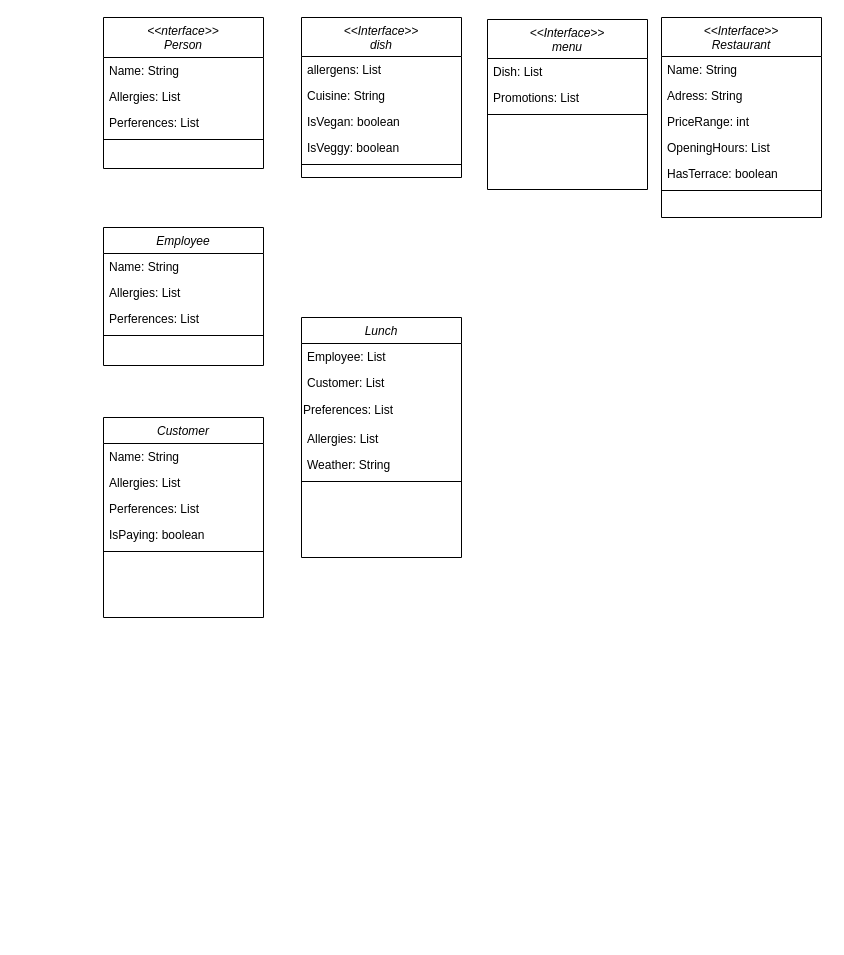
This is Diagrams/Untitled Diagram.drawio from p3rseph0ne/restaurant-guru, a draw.io file, before an edit. Source tidied: cells renumbered, new cells numbered last; positions are measured from the earlier drawing's top-left corner, leaving out a move shared by most shapes. Both pictures are drawn from the tidied source at 100%, with x=0, y=0 at pixel (103, 17).
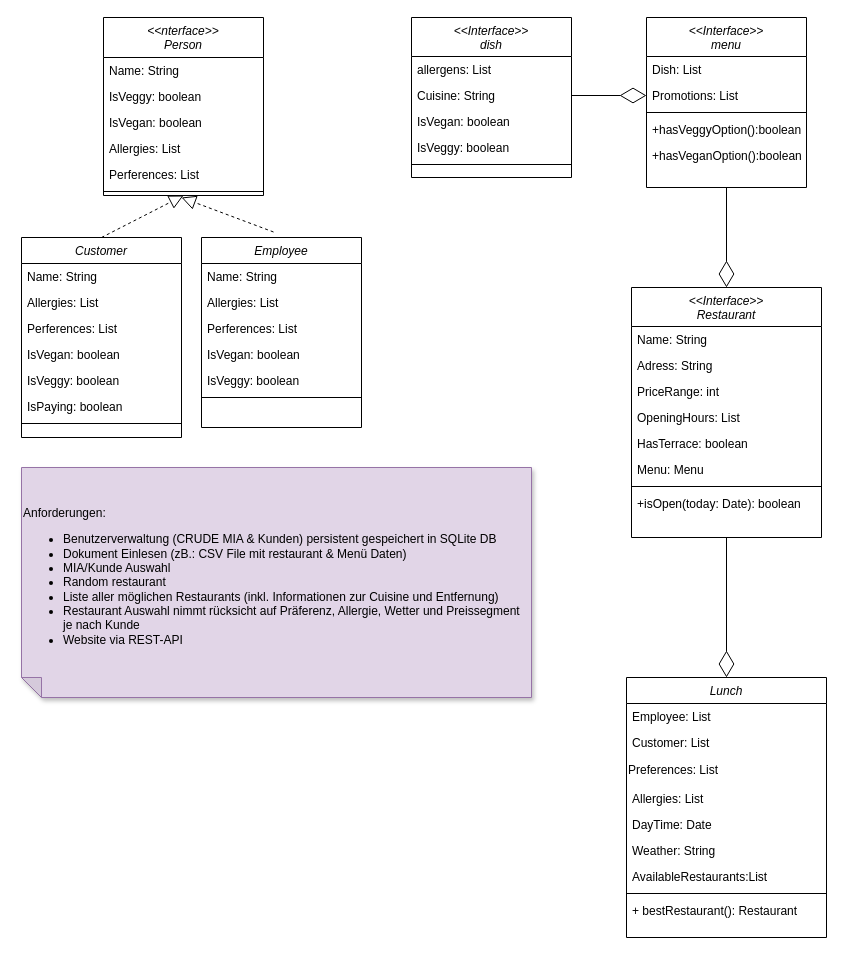
The same page after the edit.

The change refers to these unchanged cells:
```xml
<mxCell id="27" value="Promotions: List" style="text;align=left;verticalAlign=top;spacingLeft=4;spacingRight=4;overflow=hidden;points=[[0,0.5],[1,0.5]];portConstraint=eastwest;" parent="25" vertex="1">
  <mxGeometry y="65" width="160" height="26" as="geometry" />
</mxCell>
<mxCell id="31" value="Cuisine: String" style="text;align=left;verticalAlign=top;spacingLeft=4;spacingRight=4;overflow=hidden;points=[[0,0.5],[1,0.5]];portConstraint=eastwest;" parent="29" vertex="1">
  <mxGeometry y="65" width="160" height="26" as="geometry" />
</mxCell>
```

The edit, as a diff of the source:
```diff
@@
     <mxCell id="2" value="Employee" style="swimlane;fontStyle=2;align=center;verticalAlign=top;horizontal=1;startSize=26;rounded=0;shadow=0;strokeWidth=1;" parent="1" vertex="1">
-      <mxGeometry y="210" width="160" height="138" as="geometry" />
+      <mxGeometry x="98" y="220" width="160" height="190" as="geometry" />
     </mxCell>
@@
+    <mxCell id="42" value="IsVegan: boolean" style="text;align=left;verticalAlign=top;spacingLeft=4;spacingRight=4;overflow=hidden;" parent="2" vertex="1">
+      <mxGeometry y="104" width="160" height="26" as="geometry" />
+    </mxCell>
+    <mxCell id="43" value="IsVeggy: boolean" style="text;align=left;verticalAlign=top;spacingLeft=4;spacingRight=4;overflow=hidden;" parent="2" vertex="1">
+      <mxGeometry y="130" width="160" height="26" as="geometry" />
+    </mxCell>
     <mxCell id="6" style="line;html=1;strokeWidth=1;align=left;verticalAlign=middle;spacingTop=-1;spacingLeft=3;spacingRight=3;labelPosition=right;" parent="2" vertex="1">
-      <mxGeometry y="104" width="160" height="8" as="geometry" />
+      <mxGeometry y="156" width="160" height="8" as="geometry" />
     </mxCell>
     <mxCell id="7" value="Customer" style="swimlane;fontStyle=2;align=center;verticalAlign=top;horizontal=1;startSize=26;rounded=0;shadow=0;strokeWidth=1;" parent="1" vertex="1">
-      <mxGeometry y="400" width="160" height="200" as="geometry" />
+      <mxGeometry x="-82" y="220" width="160" height="200" as="geometry" />
     </mxCell>
@@
+    <mxCell id="44" value="IsVegan: boolean" style="text;align=left;verticalAlign=top;spacingLeft=4;spacingRight=4;overflow=hidden;" parent="7" vertex="1">
+      <mxGeometry y="104" width="160" height="26" as="geometry" />
+    </mxCell>
+    <mxCell id="45" value="IsVeggy: boolean" style="text;align=left;verticalAlign=top;spacingLeft=4;spacingRight=4;overflow=hidden;" parent="7" vertex="1">
+      <mxGeometry y="130" width="160" height="26" as="geometry" />
+    </mxCell>
     <mxCell id="11" value="IsPaying: boolean" style="text;align=left;verticalAlign=top;spacingLeft=4;spacingRight=4;overflow=hidden;rounded=0;shadow=0;html=0;" parent="7" vertex="1">
-      <mxGeometry y="104" width="160" height="26" as="geometry" />
+      <mxGeometry y="156" width="160" height="26" as="geometry" />
     </mxCell>
     <mxCell id="12" style="line;html=1;strokeWidth=1;align=left;verticalAlign=middle;spacingTop=-1;spacingLeft=3;spacingRight=3;labelPosition=right;" parent="7" vertex="1">
-      <mxGeometry y="130" width="160" height="8" as="geometry" />
+      <mxGeometry y="182" width="160" height="8" as="geometry" />
     </mxCell>
     <mxCell id="13" value="&lt;&lt;nterface&gt;&gt;&#10;Person" style="swimlane;fontStyle=2;align=center;verticalAlign=top;horizontal=1;startSize=40;rounded=0;shadow=0;strokeWidth=1;" parent="1" vertex="1">
-      <mxGeometry width="160" height="151" as="geometry" />
+      <mxGeometry width="160" height="178" as="geometry" />
     </mxCell>
@@
+    <mxCell id="46" value="IsVeggy: boolean" style="text;align=left;verticalAlign=top;spacingLeft=4;spacingRight=4;overflow=hidden;" parent="13" vertex="1">
+      <mxGeometry y="66" width="160" height="26" as="geometry" />
+    </mxCell>
+    <mxCell id="47" value="IsVegan: boolean" style="text;align=left;verticalAlign=top;spacingLeft=4;spacingRight=4;overflow=hidden;" parent="13" vertex="1">
+      <mxGeometry y="92" width="160" height="26" as="geometry" />
+    </mxCell>
     <mxCell id="15" value="Allergies: List" style="text;align=left;verticalAlign=top;spacingLeft=4;spacingRight=4;overflow=hidden;rounded=0;shadow=0;html=0;" parent="13" vertex="1">
-      <mxGeometry y="66" width="160" height="26" as="geometry" />
+      <mxGeometry y="118" width="160" height="26" as="geometry" />
     </mxCell>
     <mxCell id="16" value="Perferences: List" style="text;align=left;verticalAlign=top;spacingLeft=4;spacingRight=4;overflow=hidden;rounded=0;shadow=0;html=0;" parent="13" vertex="1">
-      <mxGeometry y="92" width="160" height="26" as="geometry" />
+      <mxGeometry y="144" width="160" height="26" as="geometry" />
     </mxCell>
     <mxCell id="17" style="line;html=1;strokeWidth=1;align=left;verticalAlign=middle;spacingTop=-1;spacingLeft=3;spacingRight=3;labelPosition=right;" parent="13" vertex="1">
-      <mxGeometry y="118" width="160" height="8" as="geometry" />
+      <mxGeometry y="170" width="160" height="8" as="geometry" />
     </mxCell>
     <mxCell id="18" value="&lt;&lt;Interface&gt;&gt;&#10;Restaurant" style="swimlane;fontStyle=2;align=center;verticalAlign=top;horizontal=1;startSize=39;rounded=0;shadow=0;strokeWidth=1;" parent="1" vertex="1">
-      <mxGeometry x="558" width="160" height="200" as="geometry" />
+      <mxGeometry x="528" y="270" width="190" height="250" as="geometry" />
     </mxCell>
     <mxCell id="19" value="Name: String" style="text;align=left;verticalAlign=top;spacingLeft=4;spacingRight=4;overflow=hidden;" parent="18" vertex="1">
-      <mxGeometry y="39" width="160" height="26" as="geometry" />
+      <mxGeometry y="39" width="190" height="26" as="geometry" />
     </mxCell>
     <mxCell id="20" value="Adress: String" style="text;align=left;verticalAlign=top;spacingLeft=4;spacingRight=4;overflow=hidden;rounded=0;shadow=0;html=0;" parent="18" vertex="1">
-      <mxGeometry y="65" width="160" height="26" as="geometry" />
+      <mxGeometry y="65" width="190" height="26" as="geometry" />
     </mxCell>
     <mxCell id="21" value="PriceRange: int" style="text;align=left;verticalAlign=top;spacingLeft=4;spacingRight=4;overflow=hidden;rounded=0;shadow=0;html=0;" parent="18" vertex="1">
-      <mxGeometry y="91" width="160" height="26" as="geometry" />
+      <mxGeometry y="91" width="190" height="26" as="geometry" />
     </mxCell>
     <mxCell id="22" value="OpeningHours: List" style="text;align=left;verticalAlign=top;spacingLeft=4;spacingRight=4;overflow=hidden;rounded=0;shadow=0;html=0;" parent="18" vertex="1">
-      <mxGeometry y="117" width="160" height="26" as="geometry" />
+      <mxGeometry y="117" width="190" height="26" as="geometry" />
     </mxCell>
+    <mxCell id="48" value="HasTerrace: boolean" style="text;align=left;verticalAlign=top;spacingLeft=4;spacingRight=4;overflow=hidden;rounded=0;shadow=0;html=0;" parent="18" vertex="1">
+      <mxGeometry y="143" width="190" height="26" as="geometry" />
+    </mxCell>
-    <mxCell id="23" value="HasTerrace: boolean" style="text;align=left;verticalAlign=top;spacingLeft=4;spacingRight=4;overflow=hidden;rounded=0;shadow=0;html=0;" parent="18" vertex="1">
-      <mxGeometry y="143" width="160" height="26" as="geometry" />
+    <mxCell id="23" value="Menu: Menu" style="text;align=left;verticalAlign=top;spacingLeft=4;spacingRight=4;overflow=hidden;rounded=0;shadow=0;html=0;" parent="18" vertex="1">
+      <mxGeometry y="169" width="190" height="26" as="geometry" />
     </mxCell>
     <mxCell id="24" style="line;html=1;strokeWidth=1;align=left;verticalAlign=middle;spacingTop=-1;spacingLeft=3;spacingRight=3;labelPosition=right;" parent="18" vertex="1">
-      <mxGeometry y="169" width="160" height="8" as="geometry" />
+      <mxGeometry y="195" width="190" height="8" as="geometry" />
     </mxCell>
+    <mxCell id="49" value="+isOpen(today: Date): boolean" style="text;align=left;verticalAlign=top;spacingLeft=4;spacingRight=4;overflow=hidden;rounded=0;shadow=0;html=0;" parent="18" vertex="1">
+      <mxGeometry y="203" width="190" height="26" as="geometry" />
+    </mxCell>
     <mxCell id="25" value="&lt;&lt;Interface&gt;&gt;&#10;menu" style="swimlane;fontStyle=2;align=center;verticalAlign=top;horizontal=1;startSize=39;rounded=0;shadow=0;strokeWidth=1;" parent="1" vertex="1">
-      <mxGeometry x="384" y="2" width="160" height="170" as="geometry" />
+      <mxGeometry x="543" width="160" height="170" as="geometry" />
     </mxCell>
@@
+    <mxCell id="50" value="+hasVeggyOption():boolean" style="text;align=left;verticalAlign=top;spacingLeft=4;spacingRight=4;overflow=hidden;rounded=0;shadow=0;html=0;" parent="25" vertex="1">
+      <mxGeometry y="99" width="160" height="26" as="geometry" />
+    </mxCell>
+    <mxCell id="51" value="+hasVeganOption():boolean" style="text;align=left;verticalAlign=top;spacingLeft=4;spacingRight=4;overflow=hidden;rounded=0;shadow=0;html=0;" parent="25" vertex="1">
+      <mxGeometry y="125" width="160" height="26" as="geometry" />
+    </mxCell>
     <mxCell id="29" value="&lt;&lt;Interface&gt;&gt;&#10;dish" style="swimlane;fontStyle=2;align=center;verticalAlign=top;horizontal=1;startSize=39;rounded=0;shadow=0;strokeWidth=1;" parent="1" vertex="1">
-      <mxGeometry x="198" width="160" height="160" as="geometry" />
+      <mxGeometry x="308" width="160" height="160" as="geometry" />
     </mxCell>
@@
     <mxCell id="35" value="Lunch" style="swimlane;fontStyle=2;align=center;verticalAlign=top;horizontal=1;startSize=26;rounded=0;shadow=0;strokeWidth=1;" parent="1" vertex="1">
-      <mxGeometry x="198" y="300" width="160" height="240" as="geometry" />
+      <mxGeometry x="523" y="660" width="200" height="260" as="geometry" />
     </mxCell>
     <mxCell id="36" value="Employee: List" style="text;align=left;verticalAlign=top;spacingLeft=4;spacingRight=4;overflow=hidden;" parent="35" vertex="1">
-      <mxGeometry y="26" width="160" height="26" as="geometry" />
+      <mxGeometry y="26" width="200" height="26" as="geometry" />
     </mxCell>
     <mxCell id="37" value="Customer: List" style="text;align=left;verticalAlign=top;spacingLeft=4;spacingRight=4;overflow=hidden;rounded=0;shadow=0;html=0;" parent="35" vertex="1">
-      <mxGeometry y="52" width="160" height="26" as="geometry" />
+      <mxGeometry y="52" width="200" height="26" as="geometry" />
     </mxCell>
     <mxCell id="38" value="Preferences: List" style="text;strokeColor=none;align=left;fillColor=none;html=1;verticalAlign=middle;whiteSpace=wrap;rounded=0;" parent="35" vertex="1">
-      <mxGeometry y="78" width="160" height="30" as="geometry" />
+      <mxGeometry y="78" width="200" height="30" as="geometry" />
     </mxCell>
     <mxCell id="39" value="Allergies: List" style="text;align=left;verticalAlign=top;spacingLeft=4;spacingRight=4;overflow=hidden;rounded=0;shadow=0;html=0;" parent="35" vertex="1">
-      <mxGeometry y="108" width="160" height="26" as="geometry" />
+      <mxGeometry y="108" width="200" height="26" as="geometry" />
     </mxCell>
+    <mxCell id="52" value="DayTime: Date" style="text;align=left;verticalAlign=top;spacingLeft=4;spacingRight=4;overflow=hidden;rounded=0;shadow=0;html=0;" parent="35" vertex="1">
+      <mxGeometry y="134" width="200" height="26" as="geometry" />
+    </mxCell>
     <mxCell id="40" value="Weather: String" style="text;align=left;verticalAlign=top;spacingLeft=4;spacingRight=4;overflow=hidden;rounded=0;shadow=0;html=0;" parent="35" vertex="1">
-      <mxGeometry y="134" width="160" height="26" as="geometry" />
+      <mxGeometry y="160" width="200" height="26" as="geometry" />
     </mxCell>
+    <mxCell id="53" value="AvailableRestaurants:List" style="text;align=left;verticalAlign=top;spacingLeft=4;spacingRight=4;overflow=hidden;rounded=0;shadow=0;html=0;" parent="35" vertex="1">
+      <mxGeometry y="186" width="200" height="26" as="geometry" />
+    </mxCell>
     <mxCell id="41" style="line;html=1;strokeWidth=1;align=left;verticalAlign=middle;spacingTop=-1;spacingLeft=3;spacingRight=3;labelPosition=right;" parent="35" vertex="1">
-      <mxGeometry y="160" width="160" height="8" as="geometry" />
+      <mxGeometry y="212" width="200" height="8" as="geometry" />
     </mxCell>
+    <mxCell id="54" value="+ bestRestaurant(): Restaurant" style="text;align=left;verticalAlign=top;spacingLeft=4;spacingRight=4;overflow=hidden;rounded=0;shadow=0;html=0;" parent="35" vertex="1">
+      <mxGeometry y="220" width="200" height="26" as="geometry" />
+    </mxCell>
+    <mxCell id="55" style="endArrow=block;dashed=1;endFill=0;endSize=12;html=1;rounded=0;exitX=0.5;exitY=0;exitDx=0;exitDy=0;entryX=0.5;entryY=1;entryDx=0;entryDy=0;" parent="1" edge="1" source="7" target="13">
+      <mxGeometry relative="1" as="geometry" />
+    </mxCell>
+    <mxCell id="56" style="endArrow=block;dashed=1;endFill=0;endSize=12;html=1;rounded=0;exitX=0.45;exitY=-0.029;exitDx=0;exitDy=0;exitPerimeter=0;" parent="1" edge="1" source="2">
+      <mxGeometry relative="1" as="geometry">
+        <mxPoint x="78" y="180" as="targetPoint" />
+      </mxGeometry>
+    </mxCell>
+    <mxCell id="57" style="endArrow=diamondThin;endFill=0;endSize=24;html=1;rounded=0;entryX=0;entryY=0.5;entryDx=0;entryDy=0;exitX=1;exitY=0.5;exitDx=0;exitDy=0;" parent="1" edge="1" source="31" target="27">
+      <mxGeometry relative="1" as="geometry" />
+    </mxCell>
+    <mxCell id="58" style="endArrow=diamondThin;endFill=0;endSize=24;html=1;rounded=0;entryX=0.5;entryY=0;entryDx=0;entryDy=0;exitX=0.5;exitY=1;exitDx=0;exitDy=0;" parent="1" edge="1" source="25" target="18">
+      <mxGeometry relative="1" as="geometry" />
+    </mxCell>
+    <mxCell id="59" style="endArrow=diamondThin;endFill=0;endSize=24;html=1;rounded=0;entryX=0.5;entryY=0;entryDx=0;entryDy=0;exitX=0.5;exitY=1;exitDx=0;exitDy=0;" parent="1" edge="1" source="18" target="35">
+      <mxGeometry relative="1" as="geometry" />
+    </mxCell>
+    <mxCell id="60" value="Anforderungen:&lt;br&gt;&lt;ul&gt;&lt;li&gt;Benutzerverwaltung (CRUDE MIA &amp;amp; Kunden) persistent gespeichert in SQLite DB&lt;/li&gt;&lt;li&gt;Dokument Einlesen (zB.: CSV File mit restaurant &amp;amp; Menü Daten)&lt;/li&gt;&lt;li&gt;MIA/Kunde Auswahl&amp;nbsp;&lt;/li&gt;&lt;li&gt;Random restaurant&amp;nbsp;&lt;/li&gt;&lt;li&gt;Liste aller möglichen Restaurants (inkl. Informationen zur Cuisine und Entfernung)&lt;/li&gt;&lt;li&gt;Restaurant Auswahl nimmt rücksicht auf Präferenz, Allergie, Wetter und Preissegment je nach Kunde&lt;/li&gt;&lt;li&gt;Website via REST-API&lt;/li&gt;&lt;/ul&gt;" style="shape=note;whiteSpace=wrap;html=1;backgroundOutline=1;darkOpacity=0.05;fillStyle=solid;direction=west;gradientDirection=north;shadow=1;size=20;align=left;fillColor=#e1d5e7;strokeColor=#9673a6;" parent="1" vertex="1">
+      <mxGeometry x="-82" y="450" width="510" height="230" as="geometry" />
+    </mxCell>
```
